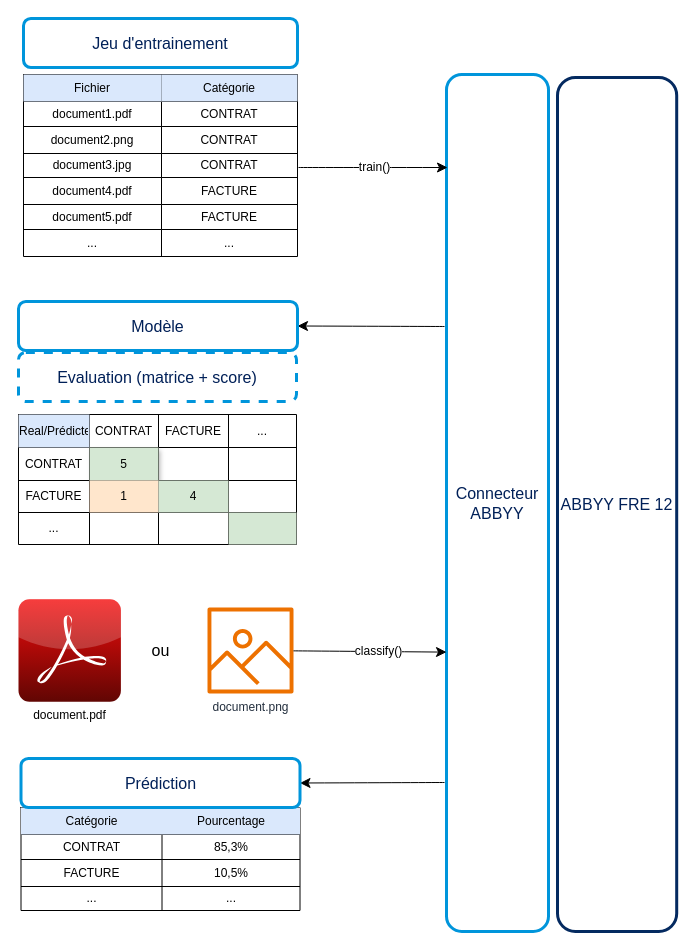
This is classification_abbyy.drawio from omasseau/drawio, a draw.io file, before an edit. Source tidied: cells renumbered, new cells numbered last; positions are measured from the earlier drawing's top-left corner, leaving out a move shared by most shapes. Both pictures are drawn from the tidied source at 100%, with x=0, y=0 at pixel (18, 18). Pictures stored in the file or linked from it are replaced by grey dashed boxes.
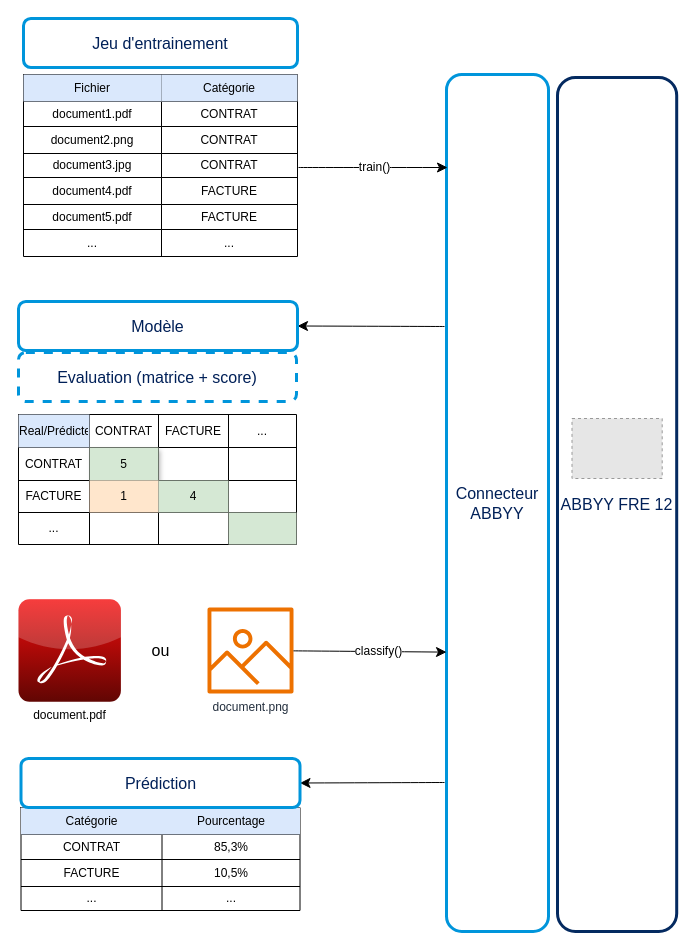
The same diagram, later.

Commit message (it also covers changes not shown here):
Mettre à jour classification_abbyy.drawio

Change to the diagram source:
```diff
@@
+    <mxCell id="73" style="fillColor=#E6E6E6;strokeColor=#999999;dashed=1;verticalLabelPosition=bottom;labelBackgroundColor=default;verticalAlign=top;" parent="1" vertex="1">
+      <mxGeometry x="553.5" y="400" width="90.2" height="60" as="geometry" />
+    </mxCell>
```
